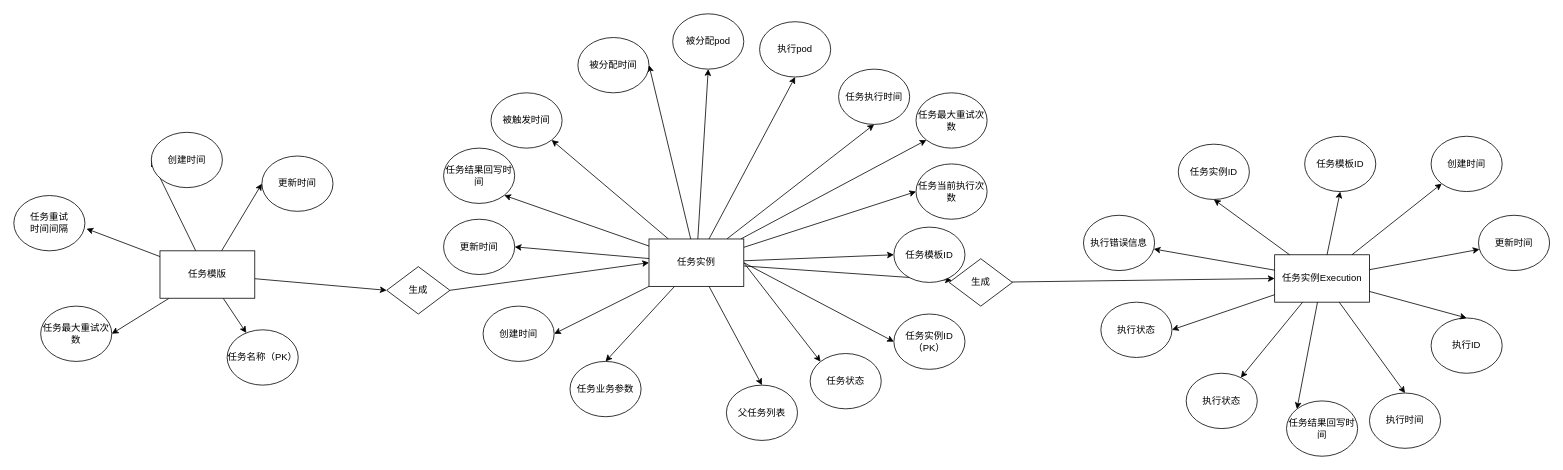
Earlier version of the draw.io diagram 顺序任务.drawio (DotDotGeng/drawio_pic). Source tidied: cells renumbered, new cells numbered last; positions are measured from the earlier drawing's top-left corner, leaving out a move shared by most shapes. Both pictures are drawn from the tidied source at 79%, with x=0, y=0 at pixel (13, 13).
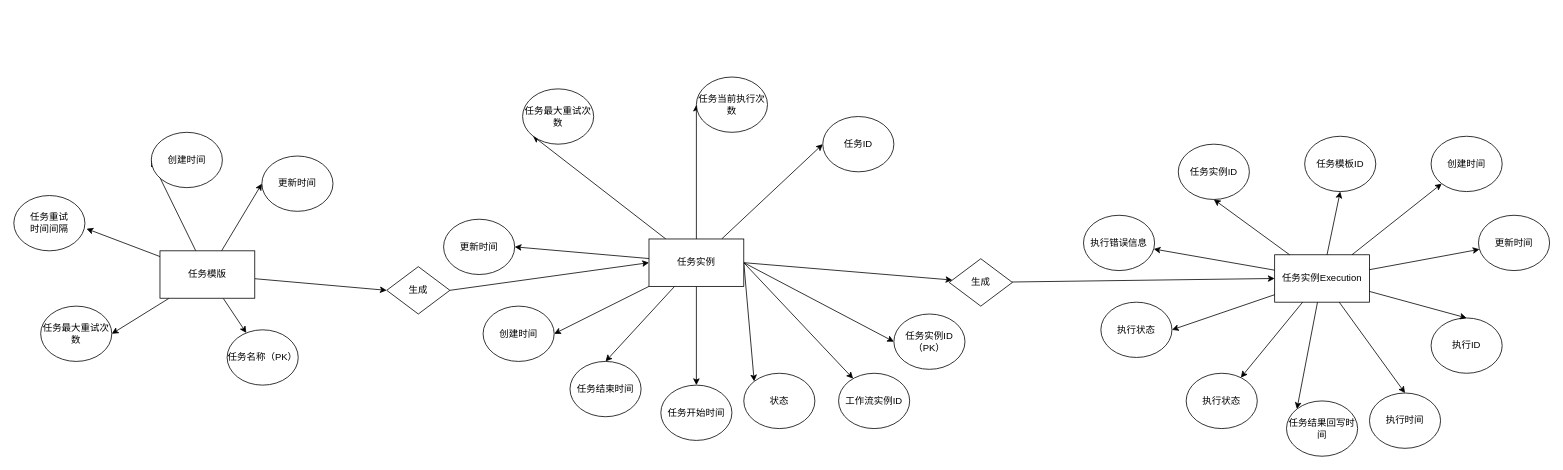
Above is the later version.

Commit message:
更新顺序任务.drawio

Unchanged cells that the change refers to:
```xml
<mxCell id="20" value="任务实例" style="rounded=0;whiteSpace=wrap;html=1;" parent="1" vertex="1">
  <mxGeometry x="804" y="285" width="120" height="60" as="geometry" />
</mxCell>
<mxCell id="43" value="生成" style="rhombus;whiteSpace=wrap;html=1;" parent="1" vertex="1">
  <mxGeometry x="1184" y="310" width="80" height="60" as="geometry" />
</mxCell>
```

What changed in the source:
```diff
@@
-    <mxCell id="5" value="任务状态" style="ellipse;whiteSpace=wrap;html=1;" parent="1" vertex="1">
-      <mxGeometry x="1008" y="430" width="90" height="70" as="geometry" />
+    <mxCell id="5" value="状态" style="ellipse;whiteSpace=wrap;html=1;" parent="1" vertex="1">
+      <mxGeometry x="924" y="455" width="90" height="70" as="geometry" />
     </mxCell>
@@
-    <mxCell id="10" style="rounded=0;jettySize=auto;html=1;entryX=1;entryY=0.5;entryDx=0;entryDy=0;" parent="1" edge="1" source="20" target="25">
-      <mxGeometry relative="1" as="geometry" />
-    </mxCell>
-    <mxCell id="11" style="rounded=0;jettySize=auto;html=1;entryX=0.5;entryY=1;entryDx=0;entryDy=0;" parent="1" edge="1" source="20" target="28">
-      <mxGeometry relative="1" as="geometry" />
-    </mxCell>
-    <mxCell id="12" style="rounded=0;jettySize=auto;html=1;entryX=0.5;entryY=1;entryDx=0;entryDy=0;" parent="1" edge="1" source="20" target="27">
-      <mxGeometry relative="1" as="geometry" />
-    </mxCell>
-    <mxCell id="13" style="rounded=0;jettySize=auto;html=1;entryX=0.5;entryY=1;entryDx=0;entryDy=0;" parent="1" edge="1" source="20" target="26">
-      <mxGeometry relative="1" as="geometry" />
-    </mxCell>
@@
-    <mxCell id="15" style="rounded=0;jettySize=auto;html=1;" parent="1" edge="1" source="20" target="43">
+    <mxCell id="15" style="rounded=0;jettySize=auto;html=1;exitX=1;exitY=0.5;exitDx=0;exitDy=0;" parent="1" edge="1" source="20" target="43">
       <mxGeometry relative="1" as="geometry" />
     </mxCell>
-    <mxCell id="16" style="rounded=0;jettySize=auto;html=1;entryX=1;entryY=1;entryDx=0;entryDy=0;" parent="1" edge="1" source="20" target="44">
-      <mxGeometry relative="1" as="geometry" />
-    </mxCell>
-    <mxCell id="17" style="rounded=0;jettySize=auto;html=1;entryX=1;entryY=1;entryDx=0;entryDy=0;" parent="1" edge="1" source="20" target="45">
-      <mxGeometry relative="1" as="geometry" />
-    </mxCell>
@@
+    <mxCell id="71" style="rounded=0;jettySize=auto;html=1;exitX=1;exitY=0.5;exitDx=0;exitDy=0;" parent="1" edge="1" source="20" target="72">
+      <mxGeometry relative="1" as="geometry" />
+    </mxCell>
@@
-    <mxCell id="21" value="父任务列表" style="ellipse;whiteSpace=wrap;html=1;" parent="1" vertex="1">
-      <mxGeometry x="902" y="470" width="90" height="70" as="geometry" />
+    <mxCell id="21" value="任务开始时间" style="ellipse;whiteSpace=wrap;html=1;" parent="1" vertex="1">
+      <mxGeometry x="819" y="470" width="90" height="70" as="geometry" />
     </mxCell>
-    <mxCell id="22" value="任务业务参数" style="ellipse;whiteSpace=wrap;html=1;" parent="1" vertex="1">
+    <mxCell id="22" value="任务结束时间" style="ellipse;whiteSpace=wrap;html=1;" parent="1" vertex="1">
       <mxGeometry x="704" y="440" width="90" height="70" as="geometry" />
     </mxCell>
@@
-    <mxCell id="25" value="被分配时间" style="ellipse;whiteSpace=wrap;html=1;" parent="1" vertex="1">
-      <mxGeometry x="714" y="30" width="90" height="70" as="geometry" />
-    </mxCell>
-    <mxCell id="26" value="任务执行时间" style="ellipse;whiteSpace=wrap;html=1;" parent="1" vertex="1">
-      <mxGeometry x="1044" y="70" width="90" height="70" as="geometry" />
-    </mxCell>
-    <mxCell id="27" value="执行pod" style="ellipse;whiteSpace=wrap;html=1;" parent="1" vertex="1">
-      <mxGeometry x="944" y="10" width="90" height="70" as="geometry" />
-    </mxCell>
-    <mxCell id="28" value="被分配pod" style="ellipse;whiteSpace=wrap;html=1;" parent="1" vertex="1">
-      <mxGeometry x="834" width="90" height="70" as="geometry" />
-    </mxCell>
@@
-    <mxCell id="40" value="任务模板ID" style="ellipse;whiteSpace=wrap;html=1;" parent="1" vertex="1">
-      <mxGeometry x="1114" y="270" width="90" height="70" as="geometry" />
+    <mxCell id="40" value="任务ID" style="ellipse;whiteSpace=wrap;html=1;" parent="1" vertex="1">
+      <mxGeometry x="1024" y="130" width="90" height="70" as="geometry" />
     </mxCell>
@@
-    <mxCell id="44" value="被触发时间" style="ellipse;whiteSpace=wrap;html=1;" parent="1" vertex="1">
-      <mxGeometry x="604" y="100" width="90" height="70" as="geometry" />
-    </mxCell>
-    <mxCell id="45" value="任务结果回写时间" style="ellipse;whiteSpace=wrap;html=1;" parent="1" vertex="1">
-      <mxGeometry x="544" y="170" width="90" height="70" as="geometry" />
-    </mxCell>
@@
     <mxCell id="48" value="任务当前执行次数" style="ellipse;whiteSpace=wrap;html=1;" parent="1" vertex="1">
-      <mxGeometry x="1142" y="190" width="90" height="70" as="geometry" />
+      <mxGeometry x="864" y="80" width="90" height="70" as="geometry" />
     </mxCell>
     <mxCell id="49" value="任务最大重试次数" style="ellipse;whiteSpace=wrap;html=1;" parent="1" vertex="1">
-      <mxGeometry x="1142" y="100" width="90" height="70" as="geometry" />
+      <mxGeometry x="644" y="95" width="90" height="70" as="geometry" />
     </mxCell>
@@
+    <mxCell id="72" value="工作流实例ID" style="ellipse;whiteSpace=wrap;html=1;" parent="1" vertex="1">
+      <mxGeometry x="1044" y="455" width="90" height="70" as="geometry" />
+    </mxCell>
```
